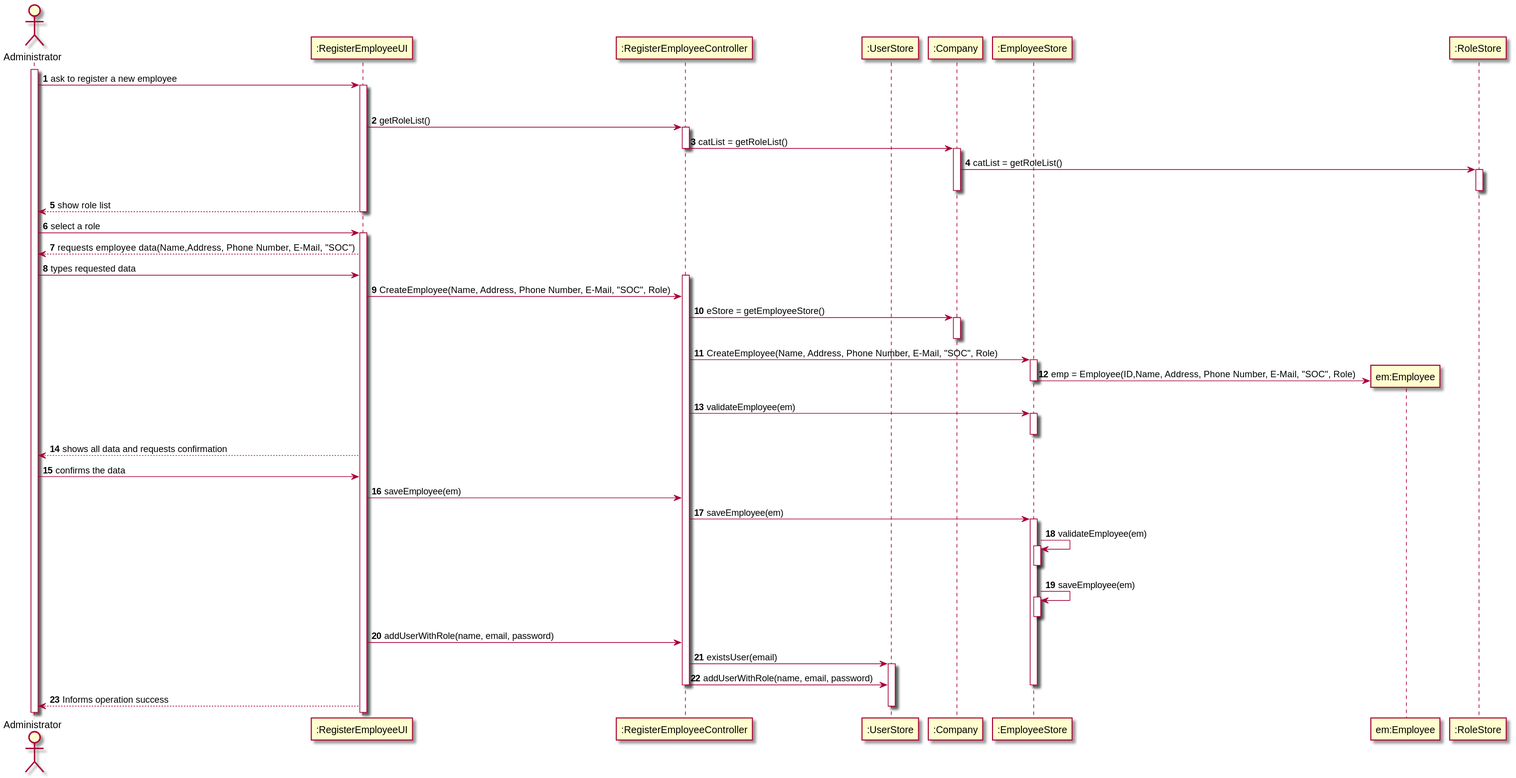
The PlantUML diagram docs/SprintB/US7/US7_SD.svg in MarianaCLages/LAPR2, before a commit. Source of this version:
```plantuml
@startuml
autonumber
actor Administrator as A
participant ":RegisterEmployeeUI" as UI
participant ":RegisterEmployeeController" as CTRL
participant ":UserStore" as UserStore
participant ":Company" as COMPANY
participant ":EmployeeStore" as EmployeeStore
participant "em:Employee" as Employee
participant ":RoleStore" as RoleStore



activate A

A -> UI: ask to register a new employee
activate UI




deactivate CTRL

UI -> CTRL : getRoleList()

activate CTRL
CTRL -> COMPANY : catList = getRoleList()
deactivate CTRL
activate COMPANY




COMPANY -> RoleStore  : catList = getRoleList()

activate RoleStore
deactivate RoleStore
deactivate COMPANY

UI --> A: show role list
deactivate UI
A -> UI: select a role
activate UI

UI --> A :requests employee data(Name,Address,  Phone Number, E-Mail,  "SOC")

A -> UI : types requested data
activate CTRL





UI -> CTRL : CreateEmployee(Name, Address, Phone Number, E-Mail,  "SOC", Role)
CTRL -> COMPANY : eStore = getEmployeeStore()

activate COMPANY
deactivate COMPANY

CTRL -> EmployeeStore: CreateEmployee(Name, Address, Phone Number, E-Mail,  "SOC", Role)

activate EmployeeStore

EmployeeStore -> Employee **: emp = Employee(ID,Name, Address, Phone Number, E-Mail,  "SOC", Role)


deactivate EmployeeStore





CTRL -> EmployeeStore: validateEmployee(em)

activate EmployeeStore
deactivate EmployeeStore



UI --> A : shows all data and requests confirmation

A -> UI : confirms the data

UI-> CTRL : saveEmployee(em)

CTRL -> EmployeeStore : saveEmployee(em)
activate EmployeeStore
EmployeeStore -> EmployeeStore : validateEmployee(em)
activate EmployeeStore
deactivate EmployeeStore

EmployeeStore -> EmployeeStore : saveEmployee(em)
activate EmployeeStore
deactivate EmployeeStore






UI -> CTRL : addUserWithRole(name, email, password)



CTRL -> UserStore: existsUser(email)
activate UserStore
CTRL -> UserStore: addUserWithRole(name, email, password)









deactivate EmployeeStore





deactivate CTRL
UI --> A : Informs operation success



deactivate UserStore




@enduml
```
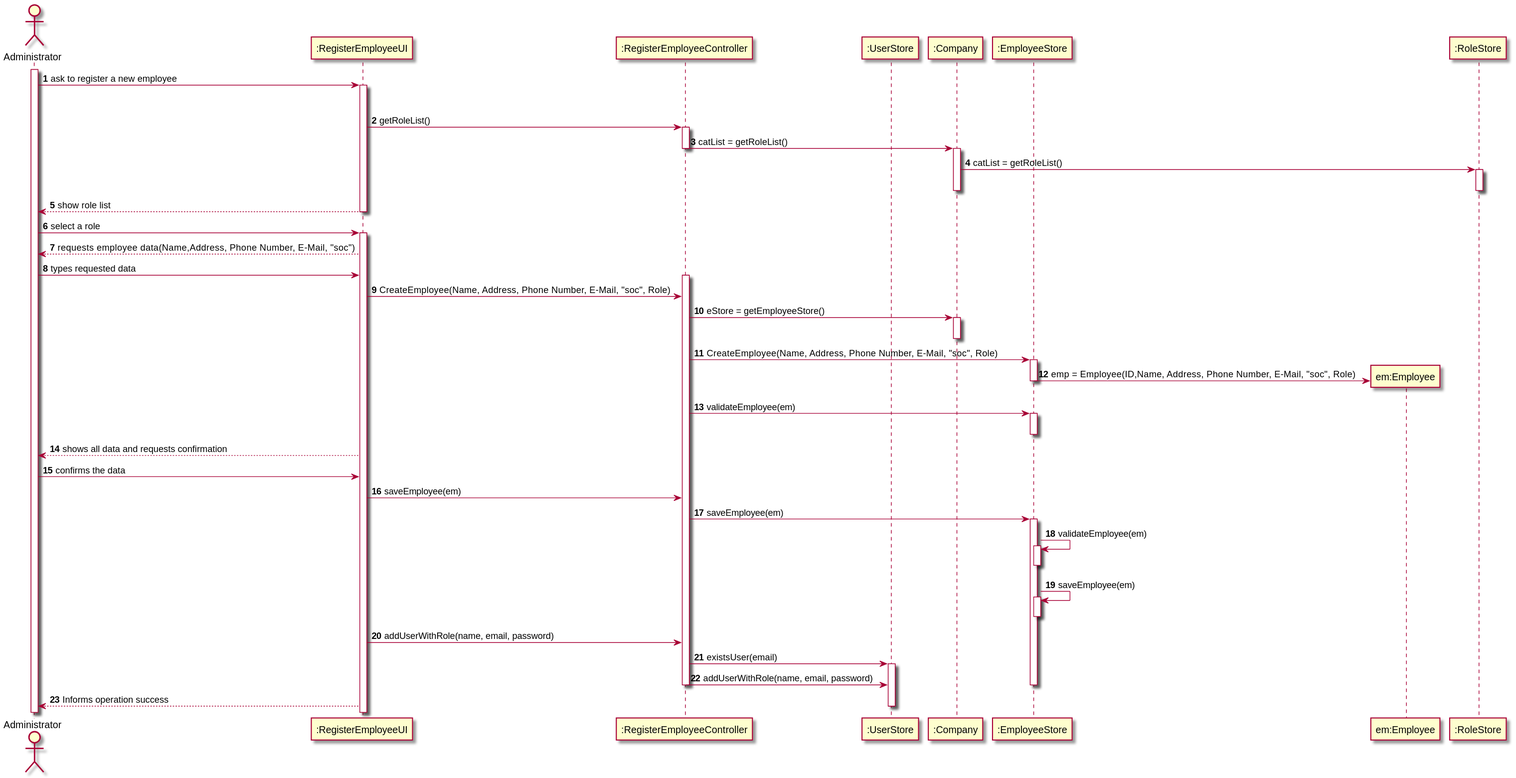
The same diagram one commit later.

Diff of the diagram source:
```diff
@@ -42,7 +42,7 @@
 A -> UI: select a role
 activate UI
 
-UI --> A :requests employee data(Name,Address,  Phone Number, E-Mail,  "SOC")
+UI --> A :requests employee data(Name,Address,  Phone Number, E-Mail,  "soc")
 
 A -> UI : types requested data
 activate CTRL
@@ -51,17 +51,17 @@
 
 
 
-UI -> CTRL : CreateEmployee(Name, Address, Phone Number, E-Mail,  "SOC", Role)
+UI -> CTRL : CreateEmployee(Name, Address, Phone Number, E-Mail,  "soc", Role)
 CTRL -> COMPANY : eStore = getEmployeeStore()
 
 activate COMPANY
 deactivate COMPANY
 
-CTRL -> EmployeeStore: CreateEmployee(Name, Address, Phone Number, E-Mail,  "SOC", Role)
+CTRL -> EmployeeStore: CreateEmployee(Name, Address, Phone Number, E-Mail,  "soc", Role)
 
 activate EmployeeStore
 
-EmployeeStore -> Employee **: emp = Employee(ID,Name, Address, Phone Number, E-Mail,  "SOC", Role)
+EmployeeStore -> Employee **: emp = Employee(ID,Name, Address, Phone Number, E-Mail,  "soc", Role)
 
 
 deactivate EmployeeStore
```
